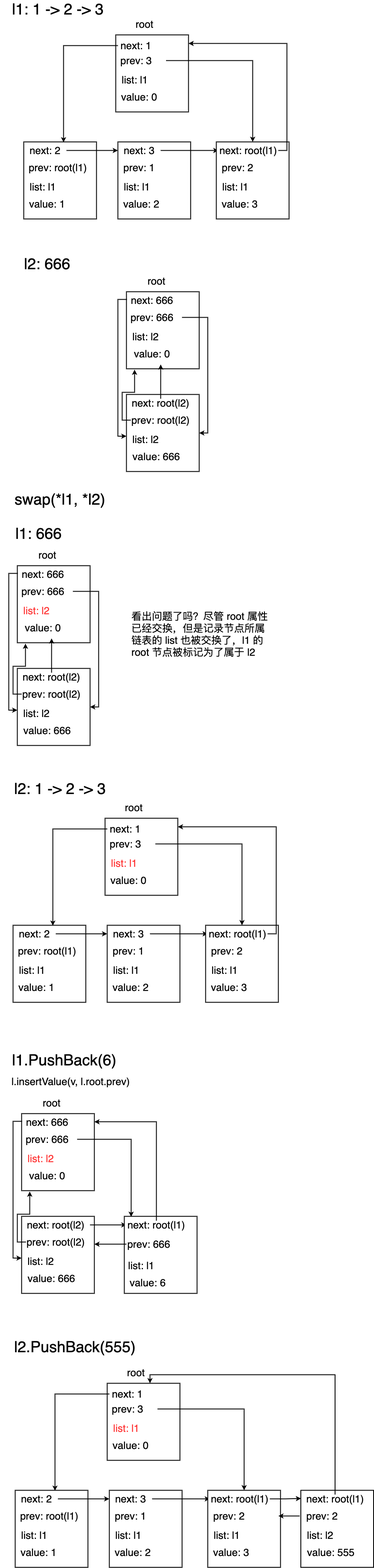
This is go-container/list-swap.png from autsu/diagrams, a draw.io export, as it was before one commit. Source tidied: cells renumbered, new cells last; positions are measured from the earlier drawing's top-left corner, leaving out a move shared by most shapes.
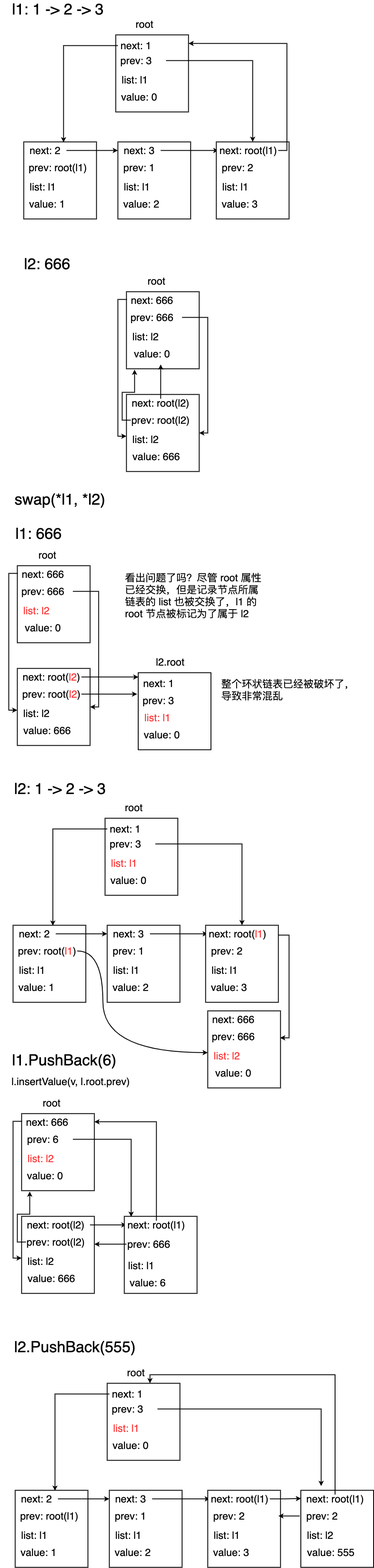
The same diagram one commit later.

Commit message:
更新go-container/list-swap.png

What changed in the source:
```diff
@@ -96,7 +96,7 @@
       <mxGeometry x="30" y="2450" width="240" height="30" as="geometry" />
     </mxCell>
     <mxCell id="33" value="&lt;font style=&quot;font-size: 24px&quot;&gt;看出问题了吗？尽管 root 属性已经交换，但是记录节点所属链表的 list 也被交换了，l1 的root 节点被标记为了属于 l2&lt;/font&gt;" style="text;html=1;strokeColor=none;fillColor=none;align=left;verticalAlign=middle;whiteSpace=wrap;rounded=0;" parent="1" vertex="1">
-      <mxGeometry x="305" y="1420" width="330" height="100" as="geometry" />
+      <mxGeometry x="290" y="1330" width="330" height="100" as="geometry" />
     </mxCell>
     <mxCell id="34" value="&lt;font style=&quot;font-size: 24px&quot;&gt;l.insertValue(v, l.root.prev)&lt;/font&gt;" style="text;html=1;strokeColor=none;fillColor=none;align=center;verticalAlign=middle;whiteSpace=wrap;rounded=0;" parent="1" vertex="1">
       <mxGeometry x="15" y="2500" width="300" height="30" as="geometry" />
@@ -173,16 +173,20 @@
     <mxCell id="58" style="rounded=0;whiteSpace=wrap;html=1;strokeWidth=2;" parent="1" vertex="1">
       <mxGeometry x="40" y="1550" width="170" height="180" as="geometry" />
     </mxCell>
-    <mxCell id="59" style="edgeStyle=orthogonalEdgeStyle;rounded=0;jettySize=auto;html=1;entryX=0.471;entryY=0.944;entryDx=0;entryDy=0;entryPerimeter=0;strokeWidth=2;" parent="1" edge="1" source="60" target="51">
-      <mxGeometry relative="1" as="geometry" />
-    </mxCell>
+    <mxCell id="148" style="edgeStyle=orthogonalEdgeStyle;rounded=0;jettySize=auto;html=1;entryX=0.003;entryY=0.056;entryDx=0;entryDy=0;entryPerimeter=0;strokeWidth=2;" parent="1" edge="1" target="152">
+      <mxGeometry relative="1" as="geometry">
+        <mxPoint x="190" y="1570" as="sourcePoint" />
+      </mxGeometry>
+    </mxCell>
-    <mxCell id="60" value="&lt;font style=&quot;font-size: 24px&quot;&gt;next:&amp;nbsp;&lt;/font&gt;&lt;span style=&quot;font-size: 24px&quot;&gt;root(l2)&lt;/span&gt;" style="text;html=1;strokeColor=none;fillColor=none;align=center;verticalAlign=middle;whiteSpace=wrap;rounded=0;" parent="1" vertex="1">
+    <mxCell id="60" value="&lt;font style=&quot;font-size: 24px&quot;&gt;next:&amp;nbsp;&lt;/font&gt;&lt;span style=&quot;font-size: 24px&quot;&gt;root(&lt;font color=&quot;#ff3333&quot;&gt;l2&lt;/font&gt;)&lt;/span&gt;" style="text;html=1;strokeColor=none;fillColor=none;align=center;verticalAlign=middle;whiteSpace=wrap;rounded=0;" parent="1" vertex="1">
       <mxGeometry x="70" y="1560" width="100" height="20" as="geometry" />
     </mxCell>
-    <mxCell id="61" style="edgeStyle=orthogonalEdgeStyle;rounded=0;jettySize=auto;html=1;entryX=0.112;entryY=1.011;entryDx=0;entryDy=0;entryPerimeter=0;strokeWidth=2;exitX=0;exitY=0.5;exitDx=0;exitDy=0;" parent="1" edge="1" source="62" target="51">
-      <mxGeometry relative="1" as="geometry" />
-    </mxCell>
+    <mxCell id="149" style="edgeStyle=orthogonalEdgeStyle;rounded=0;jettySize=auto;html=1;strokeWidth=2;" parent="1" edge="1" source="62">
+      <mxGeometry relative="1" as="geometry">
+        <mxPoint x="320" y="1610" as="targetPoint" />
+      </mxGeometry>
+    </mxCell>
-    <mxCell id="62" value="&lt;font style=&quot;font-size: 24px&quot;&gt;prev: root(l2)&lt;/font&gt;" style="text;html=1;strokeColor=none;fillColor=none;align=center;verticalAlign=middle;whiteSpace=wrap;rounded=0;" parent="1" vertex="1">
+    <mxCell id="62" value="&lt;font style=&quot;font-size: 24px&quot;&gt;prev: root(&lt;font color=&quot;#ff3333&quot;&gt;l2&lt;/font&gt;)&lt;/font&gt;" style="text;html=1;strokeColor=none;fillColor=none;align=center;verticalAlign=middle;whiteSpace=wrap;rounded=0;" parent="1" vertex="1">
       <mxGeometry x="50" y="1600" width="140" height="20" as="geometry" />
     </mxCell>
     <mxCell id="63" value="&lt;font style=&quot;font-size: 24px&quot;&gt;list: l2&lt;/font&gt;" style="text;html=1;strokeColor=none;fillColor=none;align=center;verticalAlign=middle;whiteSpace=wrap;rounded=0;" parent="1" vertex="1">
@@ -203,7 +207,15 @@
     <mxCell id="68" value="&lt;font style=&quot;font-size: 24px&quot;&gt;next: 2&lt;/font&gt;" style="text;html=1;strokeColor=none;fillColor=none;align=center;verticalAlign=middle;whiteSpace=wrap;rounded=0;" parent="1" vertex="1">
       <mxGeometry x="30" y="2160" width="100" height="20" as="geometry" />
     </mxCell>
+    <mxCell id="150" style="edgeStyle=orthogonalEdgeStyle;curved=1;rounded=0;jettySize=auto;html=1;entryX=0;entryY=0.25;entryDx=0;entryDy=0;strokeWidth=2;" parent="1" edge="1" source="69" target="161">
+      <mxGeometry relative="1" as="geometry">
+        <Array as="points">
+          <mxPoint x="240" y="2210" />
+          <mxPoint x="240" y="2448" />
+        </Array>
+      </mxGeometry>
+    </mxCell>
-    <mxCell id="69" value="&lt;font style=&quot;font-size: 24px&quot;&gt;prev: root(l1)&lt;/font&gt;" style="text;html=1;strokeColor=none;fillColor=none;align=center;verticalAlign=middle;whiteSpace=wrap;rounded=0;" parent="1" vertex="1">
+    <mxCell id="69" value="&lt;font style=&quot;font-size: 24px&quot;&gt;prev: root(&lt;font color=&quot;#ff3333&quot;&gt;l1&lt;/font&gt;)&lt;/font&gt;" style="text;html=1;strokeColor=none;fillColor=none;align=center;verticalAlign=middle;whiteSpace=wrap;rounded=0;" parent="1" vertex="1">
       <mxGeometry x="40" y="2200" width="140" height="20" as="geometry" />
     </mxCell>
     <mxCell id="70" value="&lt;font style=&quot;font-size: 24px&quot;&gt;list: l1&lt;/font&gt;" style="text;html=1;strokeColor=none;fillColor=none;align=center;verticalAlign=middle;whiteSpace=wrap;rounded=0;" parent="1" vertex="1">
@@ -233,10 +245,10 @@
     <mxCell id="78" style="rounded=0;whiteSpace=wrap;html=1;strokeWidth=2;" parent="1" vertex="1">
       <mxGeometry x="480" y="2150" width="170" height="180" as="geometry" />
     </mxCell>
-    <mxCell id="79" style="edgeStyle=orthogonalEdgeStyle;rounded=0;jettySize=auto;html=1;exitX=1;exitY=0.5;exitDx=0;exitDy=0;entryX=1;entryY=0.111;entryDx=0;entryDy=0;entryPerimeter=0;strokeWidth=2;" parent="1" edge="1" source="80" target="84">
-      <mxGeometry relative="1" as="geometry" />
-    </mxCell>
+    <mxCell id="151" style="edgeStyle=orthogonalEdgeStyle;rounded=0;jettySize=auto;html=1;entryX=0.994;entryY=0.35;entryDx=0;entryDy=0;entryPerimeter=0;strokeWidth=2;exitX=1;exitY=0.128;exitDx=0;exitDy=0;exitPerimeter=0;" parent="1" edge="1" source="78" target="158">
+      <mxGeometry relative="1" as="geometry" />
+    </mxCell>
-    <mxCell id="80" value="&lt;font style=&quot;font-size: 24px&quot;&gt;next: root(l1)&lt;/font&gt;" style="text;html=1;strokeColor=none;fillColor=none;align=center;verticalAlign=middle;whiteSpace=wrap;rounded=0;" parent="1" vertex="1">
+    <mxCell id="80" value="&lt;font style=&quot;font-size: 24px&quot;&gt;next: root(&lt;font color=&quot;#ff3333&quot;&gt;l1&lt;/font&gt;)&lt;/font&gt;" style="text;html=1;strokeColor=none;fillColor=none;align=center;verticalAlign=middle;whiteSpace=wrap;rounded=0;" parent="1" vertex="1">
       <mxGeometry x="485" y="2160" width="140" height="20" as="geometry" />
     </mxCell>
     <mxCell id="81" value="&lt;font style=&quot;font-size: 24px&quot;&gt;prev: 2&lt;/font&gt;" style="text;html=1;strokeColor=none;fillColor=none;align=center;verticalAlign=middle;whiteSpace=wrap;rounded=0;" parent="1" vertex="1">
@@ -284,14 +296,14 @@
     <mxCell id="95" style="edgeStyle=orthogonalEdgeStyle;rounded=0;jettySize=auto;html=1;entryX=0.094;entryY=0.006;entryDx=0;entryDy=0;entryPerimeter=0;strokeWidth=2;" parent="1" edge="1" source="96" target="107">
       <mxGeometry relative="1" as="geometry" />
     </mxCell>
-    <mxCell id="96" value="&lt;font style=&quot;font-size: 24px&quot;&gt;prev: 666&lt;/font&gt;" style="text;html=1;strokeColor=none;fillColor=none;align=center;verticalAlign=middle;whiteSpace=wrap;rounded=0;" parent="1" vertex="1">
-      <mxGeometry x="40" y="2640" width="140" height="20" as="geometry" />
+    <mxCell id="96" value="&lt;font style=&quot;font-size: 24px&quot;&gt;prev: 6&lt;/font&gt;" style="text;html=1;strokeColor=none;fillColor=none;align=center;verticalAlign=middle;whiteSpace=wrap;rounded=0;" parent="1" vertex="1">
+      <mxGeometry x="30" y="2640" width="140" height="20" as="geometry" />
     </mxCell>
     <mxCell id="97" value="&lt;font style=&quot;font-size: 24px&quot; color=&quot;#ff3333&quot;&gt;list: l2&lt;/font&gt;" style="text;html=1;strokeColor=none;fillColor=none;align=center;verticalAlign=middle;whiteSpace=wrap;rounded=0;" parent="1" vertex="1">
       <mxGeometry x="50" y="2680" width="90" height="30" as="geometry" />
     </mxCell>
     <mxCell id="98" value="&lt;font style=&quot;font-size: 24px&quot;&gt;value: 0&lt;/font&gt;" style="text;html=1;strokeColor=none;fillColor=none;align=center;verticalAlign=middle;whiteSpace=wrap;rounded=0;" parent="1" vertex="1">
-      <mxGeometry x="50" y="2720" width="120" height="30" as="geometry" />
+      <mxGeometry x="45" y="2720" width="120" height="30" as="geometry" />
     </mxCell>
     <mxCell id="99" style="rounded=0;whiteSpace=wrap;html=1;strokeWidth=2;" parent="1" vertex="1">
       <mxGeometry x="50" y="2830" width="170" height="180" as="geometry" />
@@ -412,8 +424,10 @@
     <mxCell id="137" value="&lt;font style=&quot;font-size: 24px&quot;&gt;value: 0&lt;/font&gt;" style="text;html=1;strokeColor=none;fillColor=none;align=center;verticalAlign=middle;whiteSpace=wrap;rounded=0;" parent="1" vertex="1">
       <mxGeometry x="260" y="3350" width="90" height="30" as="geometry" />
     </mxCell>
-    <mxCell id="138" style="edgeStyle=orthogonalEdgeStyle;rounded=0;jettySize=auto;html=1;exitX=1;exitY=0.5;exitDx=0;exitDy=0;entryX=0.5;entryY=0;entryDx=0;entryDy=0;strokeWidth=2;" parent="1" edge="1" source="139" target="127">
-      <mxGeometry relative="1" as="geometry" />
+    <mxCell id="138" style="edgeStyle=orthogonalEdgeStyle;rounded=0;jettySize=auto;html=1;exitX=1;exitY=0.5;exitDx=0;exitDy=0;strokeWidth=2;" parent="1" edge="1" source="139">
+      <mxGeometry relative="1" as="geometry">
+        <mxPoint x="750" y="3460" as="targetPoint" />
+      </mxGeometry>
     </mxCell>
     <mxCell id="139" value="&lt;font style=&quot;font-size: 24px&quot;&gt;prev: 3&lt;/font&gt;" style="text;html=1;strokeColor=none;fillColor=none;align=center;verticalAlign=middle;whiteSpace=wrap;rounded=0;" parent="1" vertex="1">
       <mxGeometry x="227.5" y="3270" width="140" height="20" as="geometry" />
@@ -442,5 +456,41 @@
     <mxCell id="147" value="&lt;font style=&quot;font-size: 24px&quot;&gt;prev: 2&lt;/font&gt;" style="text;html=1;strokeColor=none;fillColor=none;align=center;verticalAlign=middle;whiteSpace=wrap;rounded=0;" parent="1" vertex="1">
       <mxGeometry x="700" y="3520" width="105" height="20" as="geometry" />
     </mxCell>
+    <mxCell id="152" style="rounded=0;whiteSpace=wrap;html=1;strokeWidth=2;" parent="1" vertex="1">
+      <mxGeometry x="322.5" y="1560" width="170" height="180" as="geometry" />
+    </mxCell>
+    <mxCell id="153" value="&lt;font style=&quot;font-size: 24px&quot;&gt;next: 1&lt;/font&gt;" style="text;html=1;strokeColor=none;fillColor=none;align=center;verticalAlign=middle;whiteSpace=wrap;rounded=0;" parent="1" vertex="1">
+      <mxGeometry x="327.5" y="1580" width="85" height="10" as="geometry" />
+    </mxCell>
+    <mxCell id="154" value="&lt;font style=&quot;font-size: 24px&quot; color=&quot;#ff3333&quot;&gt;list: l1&lt;/font&gt;" style="text;html=1;strokeColor=none;fillColor=none;align=center;verticalAlign=middle;whiteSpace=wrap;rounded=0;" parent="1" vertex="1">
+      <mxGeometry x="322.5" y="1650" width="90" height="30" as="geometry" />
+    </mxCell>
+    <mxCell id="155" value="&lt;font style=&quot;font-size: 24px&quot;&gt;value: 0&lt;/font&gt;" style="text;html=1;strokeColor=none;fillColor=none;align=center;verticalAlign=middle;whiteSpace=wrap;rounded=0;" parent="1" vertex="1">
+      <mxGeometry x="332.5" y="1690" width="90" height="30" as="geometry" />
+    </mxCell>
+    <mxCell id="156" value="&lt;font style=&quot;font-size: 24px&quot;&gt;prev: 3&lt;/font&gt;" style="text;html=1;strokeColor=none;fillColor=none;align=center;verticalAlign=middle;whiteSpace=wrap;rounded=0;" parent="1" vertex="1">
+      <mxGeometry x="300" y="1615" width="140" height="20" as="geometry" />
+    </mxCell>
+    <mxCell id="157" value="&lt;font style=&quot;font-size: 24px&quot;&gt;l2.root&lt;/font&gt;" style="text;html=1;strokeColor=none;fillColor=none;align=center;verticalAlign=middle;whiteSpace=wrap;rounded=0;" parent="1" vertex="1">
+      <mxGeometry x="355" y="1530" width="85" height="10" as="geometry" />
+    </mxCell>
+    <mxCell id="158" style="rounded=0;whiteSpace=wrap;html=1;strokeWidth=2;" parent="1" vertex="1">
+      <mxGeometry x="485" y="2350" width="170" height="180" as="geometry" />
+    </mxCell>
+    <mxCell id="159" value="&lt;font style=&quot;font-size: 24px&quot;&gt;next:&amp;nbsp;&lt;/font&gt;&lt;span style=&quot;font-size: 24px&quot;&gt;666&lt;/span&gt;" style="text;html=1;strokeColor=none;fillColor=none;align=center;verticalAlign=middle;whiteSpace=wrap;rounded=0;" parent="1" vertex="1">
+      <mxGeometry x="495" y="2360" width="100" height="20" as="geometry" />
+    </mxCell>
+    <mxCell id="160" value="&lt;font style=&quot;font-size: 24px&quot;&gt;prev: 666&lt;/font&gt;" style="text;html=1;strokeColor=none;fillColor=none;align=center;verticalAlign=middle;whiteSpace=wrap;rounded=0;" parent="1" vertex="1">
+      <mxGeometry x="475" y="2400" width="140" height="20" as="geometry" />
+    </mxCell>
+    <mxCell id="161" value="&lt;font style=&quot;font-size: 24px&quot; color=&quot;#ff3333&quot;&gt;list: l2&lt;/font&gt;" style="text;html=1;strokeColor=none;fillColor=none;align=center;verticalAlign=middle;whiteSpace=wrap;rounded=0;" parent="1" vertex="1">
+      <mxGeometry x="485" y="2440" width="90" height="30" as="geometry" />
+    </mxCell>
+    <mxCell id="162" value="&lt;font style=&quot;font-size: 24px&quot;&gt;value: 0&lt;/font&gt;" style="text;html=1;strokeColor=none;fillColor=none;align=center;verticalAlign=middle;whiteSpace=wrap;rounded=0;" parent="1" vertex="1">
+      <mxGeometry x="485" y="2480" width="120" height="30" as="geometry" />
+    </mxCell>
+    <mxCell id="163" value="&lt;font style=&quot;font-size: 24px&quot;&gt;整个环状链表已经被破坏了，导致非常混乱&lt;/font&gt;" style="text;html=1;strokeColor=none;fillColor=none;align=left;verticalAlign=middle;whiteSpace=wrap;rounded=0;" parent="1" vertex="1">
+      <mxGeometry x="515" y="1550" width="330" height="100" as="geometry" />
+    </mxCell>
   </root>
 </mxGraphModel>
```
